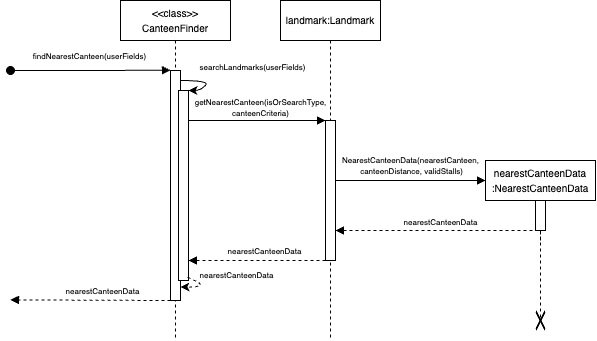
This is docs/diagrams/CanteenFinderSequenceDiagram.drawio.png from AY2425S2-CS2113-W12-2/tp, a draw.io export, as it was before one commit. Source tidied: cells renumbered, new cells last; positions are measured from the earlier drawing's top-left corner, leaving out a move shared by most shapes.
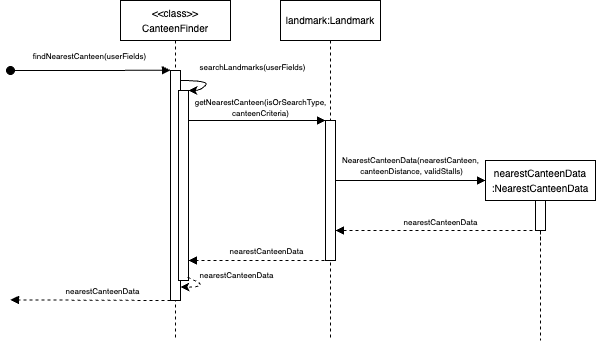
After the change.

What changed in the source:
```diff
@@ -97,9 +97,6 @@
         <mxPoint x="160" y="69.7" as="targetPoint" />
       </mxGeometry>
     </mxCell>
-    <mxCell id="18" style="shape=mxgraph.mockup.markup.redX;fillColor=#000000;html=1;shadow=0;whiteSpace=wrap;strokeColor=none;rotation=90;" parent="1" vertex="1">
-      <mxGeometry x="520" y="315" width="20" height="10" as="geometry" />
-    </mxCell>
     <mxCell id="19" style="html=1;verticalAlign=bottom;endArrow=block;edgeStyle=elbowEdgeStyle;elbow=vertical;curved=0;rounded=0;labelBackgroundColor=none;" parent="1" edge="1">
       <mxGeometry x="-0.03" relative="1" as="geometry">
         <mxPoint x="325" y="180" as="sourcePoint" />
@@ -110,7 +107,7 @@
       </mxGeometry>
     </mxCell>
     <mxCell id="20" value="&lt;div&gt;&lt;font size=&quot;1&quot;&gt;nearestCanteenData&lt;/font&gt;&lt;/div&gt;&lt;font size=&quot;1&quot;&gt;:NearestCanteenData&lt;/font&gt;" style="shape=umlLifeline;perimeter=lifelinePerimeter;whiteSpace=wrap;html=1;newEdgeStyle={&quot;edgeStyle&quot;:&quot;elbowEdgeStyle&quot;,&quot;elbow&quot;:&quot;vertical&quot;,&quot;curved&quot;:0,&quot;rounded&quot;:0};" parent="1" vertex="1">
-      <mxGeometry x="475" y="160" width="110" height="160" as="geometry" />
+      <mxGeometry x="475" y="160" width="110" height="180" as="geometry" />
     </mxCell>
     <mxCell id="21" style="html=1;perimeter=orthogonalPerimeter;targetShapes=umlLifeline;newEdgeStyle={&quot;edgeStyle&quot;:&quot;elbowEdgeStyle&quot;,&quot;elbow&quot;:&quot;vertical&quot;,&quot;curved&quot;:0,&quot;rounded&quot;:0};" parent="20" vertex="1">
       <mxGeometry x="50" y="40" width="10" height="30" as="geometry" />
```
